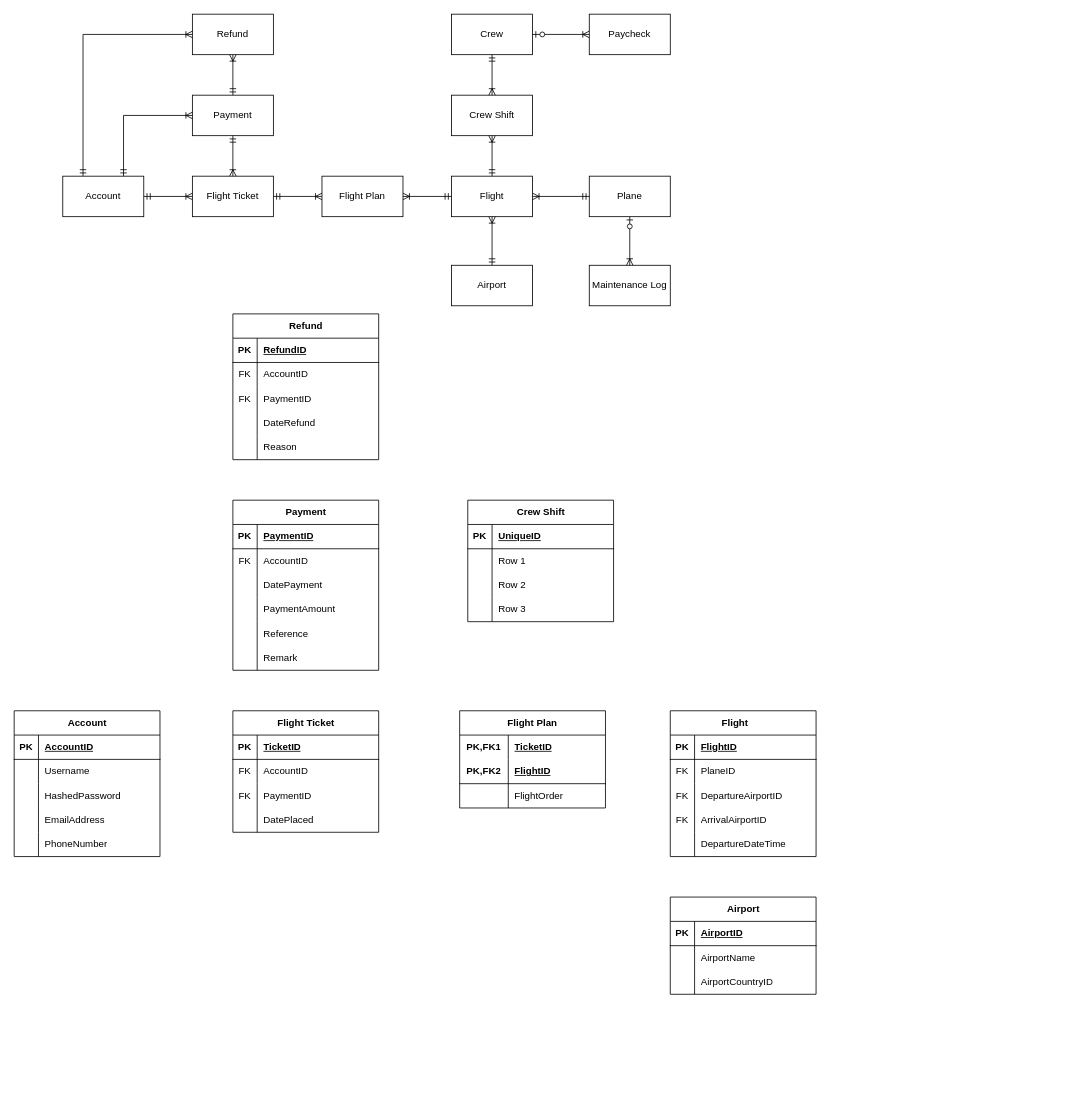
This is erd_big.drawio from Poleric/database-design-assignment, a draw.io file, before an edit. Source tidied: cells renumbered, new cells numbered last; positions are measured from the earlier drawing's top-left corner, leaving out a move shared by most shapes. Both pictures are drawn from the tidied source at 81%, with x=0, y=0 at pixel (14, 14).
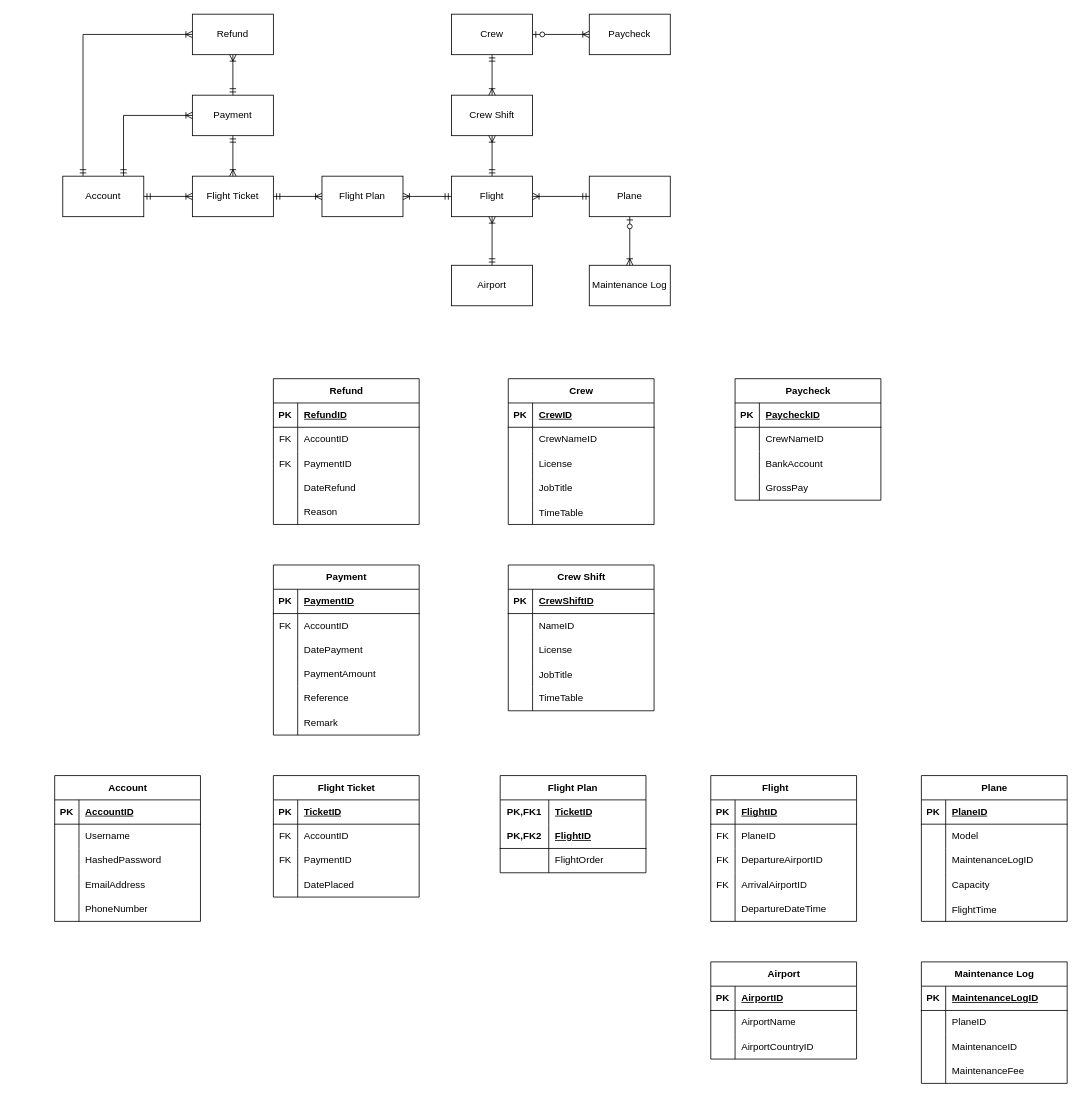
The same page after the edit.

Unchanged cells that the change refers to:
```xml
<mxCell id="128" style="shape=tableRow;horizontal=0;startSize=0;swimlaneHead=0;swimlaneBody=0;fillColor=none;top=0;left=0;right=0;bottom=1;" parent="127" vertex="1">
  <mxGeometry y="30" width="180" height="30" as="geometry" />
</mxCell>
<mxCell id="131" style="shape=tableRow;horizontal=0;startSize=0;swimlaneHead=0;swimlaneBody=0;fillColor=none;top=0;left=0;right=0;bottom=0;" parent="127" vertex="1">
  <mxGeometry y="60" width="180" height="30" as="geometry" />
</mxCell>
<mxCell id="134" style="shape=tableRow;horizontal=0;startSize=0;swimlaneHead=0;swimlaneBody=0;fillColor=none;top=0;left=0;right=0;bottom=0;" parent="127" vertex="1">
  <mxGeometry y="90" width="180" height="30" as="geometry" />
</mxCell>
```

What changed in the source:
```diff
@@
     <mxCell id="27" value="Account" style="shape=table;startSize=30;childLayout=tableLayout;rowLines=0;fontStyle=1;align=center;html=1;" parent="1" vertex="1">
-      <mxGeometry y="860" width="180" height="180" as="geometry" />
+      <mxGeometry x="50" y="940" width="180" height="180" as="geometry" />
     </mxCell>
@@
     <mxCell id="43" value="Flight Ticket" style="shape=table;startSize=30;childLayout=tableLayout;rowLines=0;fontStyle=1;align=center;html=1;" parent="1" vertex="1">
-      <mxGeometry x="270" y="860" width="180" height="150" as="geometry" />
+      <mxGeometry x="320" y="940" width="180" height="150" as="geometry" />
     </mxCell>
@@
     <mxCell id="56" value="Payment" style="shape=table;startSize=30;childLayout=tableLayout;rowLines=0;fontStyle=1;align=center;html=1;" parent="1" vertex="1">
-      <mxGeometry x="270" y="600" width="180" height="210" as="geometry" />
+      <mxGeometry x="320" y="680" width="180" height="210" as="geometry" />
     </mxCell>
@@
     <mxCell id="75" value="Refund" style="shape=table;startSize=30;childLayout=tableLayout;rowLines=0;fontStyle=1;align=center;html=1;" parent="1" vertex="1">
-      <mxGeometry x="270" y="370" width="180" height="180" as="geometry" />
+      <mxGeometry x="320" y="450" width="180" height="180" as="geometry" />
     </mxCell>
@@
     <mxCell id="91" value="Flight Plan" style="shape=table;startSize=30;childLayout=tableLayout;rowLines=0;fontStyle=1;align=center;html=1;whiteSpace=wrap;" parent="1" vertex="1">
-      <mxGeometry x="550" y="860" width="180" height="120" as="geometry" />
+      <mxGeometry x="600" y="940" width="180" height="120" as="geometry" />
     </mxCell>
@@
     <mxCell id="101" value="Flight&lt;span style=&quot;white-space: pre;&quot;&gt;&#9;&lt;/span&gt;" style="shape=table;startSize=30;childLayout=tableLayout;rowLines=0;fontStyle=1;align=center;html=1;" parent="1" vertex="1">
-      <mxGeometry x="810" y="860" width="180" height="180" as="geometry" />
+      <mxGeometry x="860" y="940" width="180" height="180" as="geometry" />
     </mxCell>
@@
     <mxCell id="117" value="Airport" style="shape=table;startSize=30;childLayout=tableLayout;rowLines=0;fontStyle=1;align=center;html=1;" parent="1" vertex="1">
-      <mxGeometry x="810" y="1090" width="180" height="120" as="geometry" />
+      <mxGeometry x="860" y="1170" width="180" height="120" as="geometry" />
     </mxCell>
@@
     <mxCell id="127" value="Crew Shift" style="shape=table;startSize=30;childLayout=tableLayout;rowLines=0;fontStyle=1;align=center;html=1;" parent="1" vertex="1">
-      <mxGeometry x="560" y="600" width="180" height="150" as="geometry" />
+      <mxGeometry x="610" y="680" width="180" height="180" as="geometry" />
     </mxCell>
@@
-    <mxCell id="130" value="UniqueID" style="shape=partialRectangle;fillColor=none;top=0;left=0;bottom=0;right=0;align=left;spacingLeft=6;fontStyle=5;overflow=hidden;whiteSpace=wrap;html=1;" parent="128" vertex="1">
+    <mxCell id="130" value="CrewShiftID" style="shape=partialRectangle;fillColor=none;top=0;left=0;bottom=0;right=0;align=left;spacingLeft=6;fontStyle=5;overflow=hidden;whiteSpace=wrap;html=1;" parent="128" vertex="1">
       <mxGeometry x="30" width="150" height="30" as="geometry" />
     </mxCell>
@@
-    <mxCell id="133" value="Row 1" style="shape=partialRectangle;fillColor=none;top=0;left=0;bottom=0;right=0;align=left;spacingLeft=6;overflow=hidden;whiteSpace=wrap;html=1;" parent="131" vertex="1">
+    <mxCell id="133" value="NameID" style="shape=partialRectangle;fillColor=none;top=0;left=0;bottom=0;right=0;align=left;spacingLeft=6;overflow=hidden;whiteSpace=wrap;html=1;" parent="131" vertex="1">
       <mxGeometry x="30" width="150" height="30" as="geometry" />
     </mxCell>
@@
-    <mxCell id="136" value="Row 2" style="shape=partialRectangle;fillColor=none;top=0;left=0;bottom=0;right=0;align=left;spacingLeft=6;overflow=hidden;whiteSpace=wrap;html=1;" parent="134" vertex="1">
+    <mxCell id="136" value="License" style="shape=partialRectangle;fillColor=none;top=0;left=0;bottom=0;right=0;align=left;spacingLeft=6;overflow=hidden;whiteSpace=wrap;html=1;" parent="134" vertex="1">
       <mxGeometry x="30" width="150" height="30" as="geometry" />
     </mxCell>
+    <mxCell id="140" style="shape=tableRow;horizontal=0;startSize=0;swimlaneHead=0;swimlaneBody=0;fillColor=none;top=0;left=0;right=0;bottom=0;" parent="127" vertex="1">
+      <mxGeometry y="120" width="180" height="30" as="geometry" />
+    </mxCell>
+    <mxCell id="141" style="shape=partialRectangle;fillColor=none;top=0;left=0;bottom=0;right=0;overflow=hidden;" parent="140" vertex="1">
+      <mxGeometry width="30" height="30" as="geometry" />
+    </mxCell>
+    <mxCell id="142" value="JobTitle" style="shape=partialRectangle;fillColor=none;top=0;left=0;bottom=0;right=0;align=left;spacingLeft=6;overflow=hidden;" parent="140" vertex="1">
+      <mxGeometry x="30" width="150" height="30" as="geometry" />
+    </mxCell>
     <mxCell id="137" style="shape=tableRow;horizontal=0;startSize=0;swimlaneHead=0;swimlaneBody=0;fillColor=none;top=0;left=0;right=0;bottom=0;" parent="127" vertex="1">
-      <mxGeometry y="120" width="180" height="30" as="geometry" />
+      <mxGeometry y="150" width="180" height="30" as="geometry" />
     </mxCell>
@@
-    <mxCell id="139" value="Row 3" style="shape=partialRectangle;fillColor=none;top=0;left=0;bottom=0;right=0;align=left;spacingLeft=6;overflow=hidden;whiteSpace=wrap;html=1;" parent="137" vertex="1">
+    <mxCell id="139" value="TimeTable" style="shape=partialRectangle;fillColor=none;top=0;left=0;bottom=0;right=0;align=left;spacingLeft=6;overflow=hidden;whiteSpace=wrap;html=1;" parent="137" vertex="1">
       <mxGeometry x="30" width="150" height="30" as="geometry" />
     </mxCell>
+    <mxCell id="143" value="Crew" style="shape=table;startSize=30;childLayout=tableLayout;rowLines=0;fontStyle=1;align=center;html=1;" parent="1" vertex="1">
+      <mxGeometry x="610" y="450" width="180" height="180" as="geometry" />
+    </mxCell>
+    <mxCell id="144" style="shape=tableRow;horizontal=0;startSize=0;swimlaneHead=0;swimlaneBody=0;fillColor=none;top=0;left=0;right=0;bottom=1;" parent="143" vertex="1">
+      <mxGeometry y="30" width="180" height="30" as="geometry" />
+    </mxCell>
+    <mxCell id="145" value="PK" style="shape=partialRectangle;fillColor=none;top=0;left=0;bottom=0;right=0;fontStyle=1;overflow=hidden;whiteSpace=wrap;html=1;" parent="144" vertex="1">
+      <mxGeometry width="30" height="30" as="geometry" />
+    </mxCell>
+    <mxCell id="146" value="CrewID" style="shape=partialRectangle;fillColor=none;top=0;left=0;bottom=0;right=0;align=left;spacingLeft=6;fontStyle=5;overflow=hidden;whiteSpace=wrap;html=1;" parent="144" vertex="1">
+      <mxGeometry x="30" width="150" height="30" as="geometry" />
+    </mxCell>
+    <mxCell id="147" style="shape=tableRow;horizontal=0;startSize=0;swimlaneHead=0;swimlaneBody=0;fillColor=none;top=0;left=0;right=0;bottom=0;" parent="143" vertex="1">
+      <mxGeometry y="60" width="180" height="30" as="geometry" />
+    </mxCell>
+    <mxCell id="148" style="shape=partialRectangle;fillColor=none;top=0;left=0;bottom=0;right=0;overflow=hidden;whiteSpace=wrap;html=1;" parent="147" vertex="1">
+      <mxGeometry width="30" height="30" as="geometry" />
+    </mxCell>
+    <mxCell id="149" value="CrewNameID" style="shape=partialRectangle;fillColor=none;top=0;left=0;bottom=0;right=0;align=left;spacingLeft=6;overflow=hidden;whiteSpace=wrap;html=1;" parent="147" vertex="1">
+      <mxGeometry x="30" width="150" height="30" as="geometry" />
+    </mxCell>
+    <mxCell id="150" style="shape=tableRow;horizontal=0;startSize=0;swimlaneHead=0;swimlaneBody=0;fillColor=none;top=0;left=0;right=0;bottom=0;" parent="143" vertex="1">
+      <mxGeometry y="90" width="180" height="30" as="geometry" />
+    </mxCell>
+    <mxCell id="151" style="shape=partialRectangle;fillColor=none;top=0;left=0;bottom=0;right=0;overflow=hidden;whiteSpace=wrap;html=1;" parent="150" vertex="1">
+      <mxGeometry width="30" height="30" as="geometry" />
+    </mxCell>
+    <mxCell id="152" value="License" style="shape=partialRectangle;fillColor=none;top=0;left=0;bottom=0;right=0;align=left;spacingLeft=6;overflow=hidden;whiteSpace=wrap;html=1;" parent="150" vertex="1">
+      <mxGeometry x="30" width="150" height="30" as="geometry" />
+    </mxCell>
+    <mxCell id="153" style="shape=tableRow;horizontal=0;startSize=0;swimlaneHead=0;swimlaneBody=0;fillColor=none;top=0;left=0;right=0;bottom=0;" parent="143" vertex="1">
+      <mxGeometry y="120" width="180" height="30" as="geometry" />
+    </mxCell>
+    <mxCell id="154" style="shape=partialRectangle;fillColor=none;top=0;left=0;bottom=0;right=0;overflow=hidden;whiteSpace=wrap;html=1;" parent="153" vertex="1">
+      <mxGeometry width="30" height="30" as="geometry" />
+    </mxCell>
+    <mxCell id="155" value="JobTitle" style="shape=partialRectangle;fillColor=none;top=0;left=0;bottom=0;right=0;align=left;spacingLeft=6;overflow=hidden;whiteSpace=wrap;html=1;" parent="153" vertex="1">
+      <mxGeometry x="30" width="150" height="30" as="geometry" />
+    </mxCell>
+    <mxCell id="156" style="shape=tableRow;horizontal=0;startSize=0;swimlaneHead=0;swimlaneBody=0;fillColor=none;top=0;left=0;right=0;bottom=0;" parent="143" vertex="1">
+      <mxGeometry y="150" width="180" height="30" as="geometry" />
+    </mxCell>
+    <mxCell id="157" style="shape=partialRectangle;fillColor=none;top=0;left=0;bottom=0;right=0;overflow=hidden;" parent="156" vertex="1">
+      <mxGeometry width="30" height="30" as="geometry" />
+    </mxCell>
+    <mxCell id="158" value="TimeTable" style="shape=partialRectangle;fillColor=none;top=0;left=0;bottom=0;right=0;align=left;spacingLeft=6;overflow=hidden;" parent="156" vertex="1">
+      <mxGeometry x="30" width="150" height="30" as="geometry" />
+    </mxCell>
+    <mxCell id="159" value="Paycheck" style="shape=table;startSize=30;childLayout=tableLayout;rowLines=0;fontStyle=1;align=center;html=1;" parent="1" vertex="1">
+      <mxGeometry x="890" y="450" width="180" height="150" as="geometry" />
+    </mxCell>
+    <mxCell id="160" style="shape=tableRow;horizontal=0;startSize=0;swimlaneHead=0;swimlaneBody=0;fillColor=none;top=0;left=0;right=0;bottom=1;" parent="159" vertex="1">
+      <mxGeometry y="30" width="180" height="30" as="geometry" />
+    </mxCell>
+    <mxCell id="161" value="PK" style="shape=partialRectangle;fillColor=none;top=0;left=0;bottom=0;right=0;fontStyle=1;overflow=hidden;whiteSpace=wrap;html=1;" parent="160" vertex="1">
+      <mxGeometry width="30" height="30" as="geometry" />
+    </mxCell>
+    <mxCell id="162" value="&lt;span style=&quot;text-align: center; text-wrap: nowrap;&quot;&gt;Paycheck&lt;/span&gt;ID" style="shape=partialRectangle;fillColor=none;top=0;left=0;bottom=0;right=0;align=left;spacingLeft=6;fontStyle=5;overflow=hidden;whiteSpace=wrap;html=1;" parent="160" vertex="1">
+      <mxGeometry x="30" width="150" height="30" as="geometry" />
+    </mxCell>
+    <mxCell id="163" style="shape=tableRow;horizontal=0;startSize=0;swimlaneHead=0;swimlaneBody=0;fillColor=none;top=0;left=0;right=0;bottom=0;" parent="159" vertex="1">
+      <mxGeometry y="60" width="180" height="30" as="geometry" />
+    </mxCell>
+    <mxCell id="164" style="shape=partialRectangle;fillColor=none;top=0;left=0;bottom=0;right=0;overflow=hidden;whiteSpace=wrap;html=1;" parent="163" vertex="1">
+      <mxGeometry width="30" height="30" as="geometry" />
+    </mxCell>
+    <mxCell id="165" value="CrewNameID" style="shape=partialRectangle;fillColor=none;top=0;left=0;bottom=0;right=0;align=left;spacingLeft=6;overflow=hidden;whiteSpace=wrap;html=1;" parent="163" vertex="1">
+      <mxGeometry x="30" width="150" height="30" as="geometry" />
+    </mxCell>
+    <mxCell id="166" style="shape=tableRow;horizontal=0;startSize=0;swimlaneHead=0;swimlaneBody=0;fillColor=none;top=0;left=0;right=0;bottom=0;" parent="159" vertex="1">
+      <mxGeometry y="90" width="180" height="30" as="geometry" />
+    </mxCell>
+    <mxCell id="167" style="shape=partialRectangle;fillColor=none;top=0;left=0;bottom=0;right=0;overflow=hidden;whiteSpace=wrap;html=1;" parent="166" vertex="1">
+      <mxGeometry width="30" height="30" as="geometry" />
+    </mxCell>
+    <mxCell id="168" value="BankAccount" style="shape=partialRectangle;fillColor=none;top=0;left=0;bottom=0;right=0;align=left;spacingLeft=6;overflow=hidden;whiteSpace=wrap;html=1;" parent="166" vertex="1">
+      <mxGeometry x="30" width="150" height="30" as="geometry" />
+    </mxCell>
+    <mxCell id="169" style="shape=tableRow;horizontal=0;startSize=0;swimlaneHead=0;swimlaneBody=0;fillColor=none;top=0;left=0;right=0;bottom=0;" parent="159" vertex="1">
+      <mxGeometry y="120" width="180" height="30" as="geometry" />
+    </mxCell>
+    <mxCell id="170" style="shape=partialRectangle;fillColor=none;top=0;left=0;bottom=0;right=0;overflow=hidden;whiteSpace=wrap;html=1;" parent="169" vertex="1">
+      <mxGeometry width="30" height="30" as="geometry" />
+    </mxCell>
+    <mxCell id="171" value="GrossPay" style="shape=partialRectangle;fillColor=none;top=0;left=0;bottom=0;right=0;align=left;spacingLeft=6;overflow=hidden;whiteSpace=wrap;html=1;" parent="169" vertex="1">
+      <mxGeometry x="30" width="150" height="30" as="geometry" />
+    </mxCell>
+    <mxCell id="172" value="Plane" style="shape=table;startSize=30;childLayout=tableLayout;rowLines=0;fontStyle=1;align=center;html=1;" parent="1" vertex="1">
+      <mxGeometry x="1120" y="940" width="180" height="180" as="geometry" />
+    </mxCell>
+    <mxCell id="173" style="shape=tableRow;horizontal=0;startSize=0;swimlaneHead=0;swimlaneBody=0;fillColor=none;top=0;left=0;right=0;bottom=1;" parent="172" vertex="1">
+      <mxGeometry y="30" width="180" height="30" as="geometry" />
+    </mxCell>
+    <mxCell id="174" value="PK" style="shape=partialRectangle;fillColor=none;top=0;left=0;bottom=0;right=0;fontStyle=1;overflow=hidden;whiteSpace=wrap;html=1;" parent="173" vertex="1">
+      <mxGeometry width="30" height="30" as="geometry" />
+    </mxCell>
+    <mxCell id="175" value="PlaneID" style="shape=partialRectangle;fillColor=none;top=0;left=0;bottom=0;right=0;align=left;spacingLeft=6;fontStyle=5;overflow=hidden;whiteSpace=wrap;html=1;" parent="173" vertex="1">
+      <mxGeometry x="30" width="150" height="30" as="geometry" />
+    </mxCell>
+    <mxCell id="176" style="shape=tableRow;horizontal=0;startSize=0;swimlaneHead=0;swimlaneBody=0;fillColor=none;top=0;left=0;right=0;bottom=0;" parent="172" vertex="1">
+      <mxGeometry y="60" width="180" height="30" as="geometry" />
+    </mxCell>
+    <mxCell id="177" style="shape=partialRectangle;fillColor=none;top=0;left=0;bottom=0;right=0;overflow=hidden;whiteSpace=wrap;html=1;" parent="176" vertex="1">
+      <mxGeometry width="30" height="30" as="geometry" />
+    </mxCell>
+    <mxCell id="178" value="Model" style="shape=partialRectangle;fillColor=none;top=0;left=0;bottom=0;right=0;align=left;spacingLeft=6;overflow=hidden;whiteSpace=wrap;html=1;" parent="176" vertex="1">
+      <mxGeometry x="30" width="150" height="30" as="geometry" />
+    </mxCell>
+    <mxCell id="179" style="shape=tableRow;horizontal=0;startSize=0;swimlaneHead=0;swimlaneBody=0;fillColor=none;top=0;left=0;right=0;bottom=0;" parent="172" vertex="1">
+      <mxGeometry y="90" width="180" height="30" as="geometry" />
+    </mxCell>
+    <mxCell id="180" style="shape=partialRectangle;fillColor=none;top=0;left=0;bottom=0;right=0;overflow=hidden;whiteSpace=wrap;html=1;" parent="179" vertex="1">
+      <mxGeometry width="30" height="30" as="geometry" />
+    </mxCell>
+    <mxCell id="181" value="MaintenanceLogID" style="shape=partialRectangle;fillColor=none;top=0;left=0;bottom=0;right=0;align=left;spacingLeft=6;overflow=hidden;whiteSpace=wrap;html=1;" parent="179" vertex="1">
+      <mxGeometry x="30" width="150" height="30" as="geometry" />
+    </mxCell>
+    <mxCell id="182" style="shape=tableRow;horizontal=0;startSize=0;swimlaneHead=0;swimlaneBody=0;fillColor=none;top=0;left=0;right=0;bottom=0;" parent="172" vertex="1">
+      <mxGeometry y="120" width="180" height="30" as="geometry" />
+    </mxCell>
+    <mxCell id="183" style="shape=partialRectangle;fillColor=none;top=0;left=0;bottom=0;right=0;overflow=hidden;whiteSpace=wrap;html=1;" parent="182" vertex="1">
+      <mxGeometry width="30" height="30" as="geometry" />
+    </mxCell>
+    <mxCell id="184" value="Capacity" style="shape=partialRectangle;fillColor=none;top=0;left=0;bottom=0;right=0;align=left;spacingLeft=6;overflow=hidden;whiteSpace=wrap;html=1;" parent="182" vertex="1">
+      <mxGeometry x="30" width="150" height="30" as="geometry" />
+    </mxCell>
+    <mxCell id="185" style="shape=tableRow;horizontal=0;startSize=0;swimlaneHead=0;swimlaneBody=0;fillColor=none;top=0;left=0;right=0;bottom=0;" parent="172" vertex="1">
+      <mxGeometry y="150" width="180" height="30" as="geometry" />
+    </mxCell>
+    <mxCell id="186" style="shape=partialRectangle;fillColor=none;top=0;left=0;bottom=0;right=0;overflow=hidden;" parent="185" vertex="1">
+      <mxGeometry width="30" height="30" as="geometry" />
+    </mxCell>
+    <mxCell id="187" value="FlightTime" style="shape=partialRectangle;fillColor=none;top=0;left=0;bottom=0;right=0;align=left;spacingLeft=6;overflow=hidden;" parent="185" vertex="1">
+      <mxGeometry x="30" width="150" height="30" as="geometry" />
+    </mxCell>
+    <mxCell id="188" value="Maintenance Log" style="shape=table;startSize=30;childLayout=tableLayout;rowLines=0;fontStyle=1;align=center;html=1;" parent="1" vertex="1">
+      <mxGeometry x="1120" y="1170" width="180" height="150" as="geometry" />
+    </mxCell>
+    <mxCell id="189" style="shape=tableRow;horizontal=0;startSize=0;swimlaneHead=0;swimlaneBody=0;fillColor=none;top=0;left=0;right=0;bottom=1;" parent="188" vertex="1">
+      <mxGeometry y="30" width="180" height="30" as="geometry" />
+    </mxCell>
+    <mxCell id="190" value="PK" style="shape=partialRectangle;fillColor=none;top=0;left=0;bottom=0;right=0;fontStyle=1;overflow=hidden;whiteSpace=wrap;html=1;" parent="189" vertex="1">
+      <mxGeometry width="30" height="30" as="geometry" />
+    </mxCell>
+    <mxCell id="191" value="MaintenanceLogID" style="shape=partialRectangle;fillColor=none;top=0;left=0;bottom=0;right=0;align=left;spacingLeft=6;fontStyle=5;overflow=hidden;whiteSpace=wrap;html=1;" parent="189" vertex="1">
+      <mxGeometry x="30" width="150" height="30" as="geometry" />
+    </mxCell>
+    <mxCell id="192" style="shape=tableRow;horizontal=0;startSize=0;swimlaneHead=0;swimlaneBody=0;fillColor=none;top=0;left=0;right=0;bottom=0;" parent="188" vertex="1">
+      <mxGeometry y="60" width="180" height="30" as="geometry" />
+    </mxCell>
+    <mxCell id="193" style="shape=partialRectangle;fillColor=none;top=0;left=0;bottom=0;right=0;overflow=hidden;whiteSpace=wrap;html=1;" parent="192" vertex="1">
+      <mxGeometry width="30" height="30" as="geometry" />
+    </mxCell>
+    <mxCell id="194" value="PlaneID" style="shape=partialRectangle;fillColor=none;top=0;left=0;bottom=0;right=0;align=left;spacingLeft=6;overflow=hidden;whiteSpace=wrap;html=1;" parent="192" vertex="1">
+      <mxGeometry x="30" width="150" height="30" as="geometry" />
+    </mxCell>
+    <mxCell id="195" style="shape=tableRow;horizontal=0;startSize=0;swimlaneHead=0;swimlaneBody=0;fillColor=none;top=0;left=0;right=0;bottom=0;" parent="188" vertex="1">
+      <mxGeometry y="90" width="180" height="30" as="geometry" />
+    </mxCell>
+    <mxCell id="196" style="shape=partialRectangle;fillColor=none;top=0;left=0;bottom=0;right=0;overflow=hidden;whiteSpace=wrap;html=1;" parent="195" vertex="1">
+      <mxGeometry width="30" height="30" as="geometry" />
+    </mxCell>
+    <mxCell id="197" value="MaintenanceID" style="shape=partialRectangle;fillColor=none;top=0;left=0;bottom=0;right=0;align=left;spacingLeft=6;overflow=hidden;whiteSpace=wrap;html=1;" parent="195" vertex="1">
+      <mxGeometry x="30" width="150" height="30" as="geometry" />
+    </mxCell>
+    <mxCell id="198" style="shape=tableRow;horizontal=0;startSize=0;swimlaneHead=0;swimlaneBody=0;fillColor=none;top=0;left=0;right=0;bottom=0;" parent="188" vertex="1">
+      <mxGeometry y="120" width="180" height="30" as="geometry" />
+    </mxCell>
+    <mxCell id="199" style="shape=partialRectangle;fillColor=none;top=0;left=0;bottom=0;right=0;overflow=hidden;whiteSpace=wrap;html=1;" parent="198" vertex="1">
+      <mxGeometry width="30" height="30" as="geometry" />
+    </mxCell>
+    <mxCell id="200" value="MaintenanceFee" style="shape=partialRectangle;fillColor=none;top=0;left=0;bottom=0;right=0;align=left;spacingLeft=6;overflow=hidden;whiteSpace=wrap;html=1;" parent="198" vertex="1">
+      <mxGeometry x="30" width="150" height="30" as="geometry" />
+    </mxCell>
```
